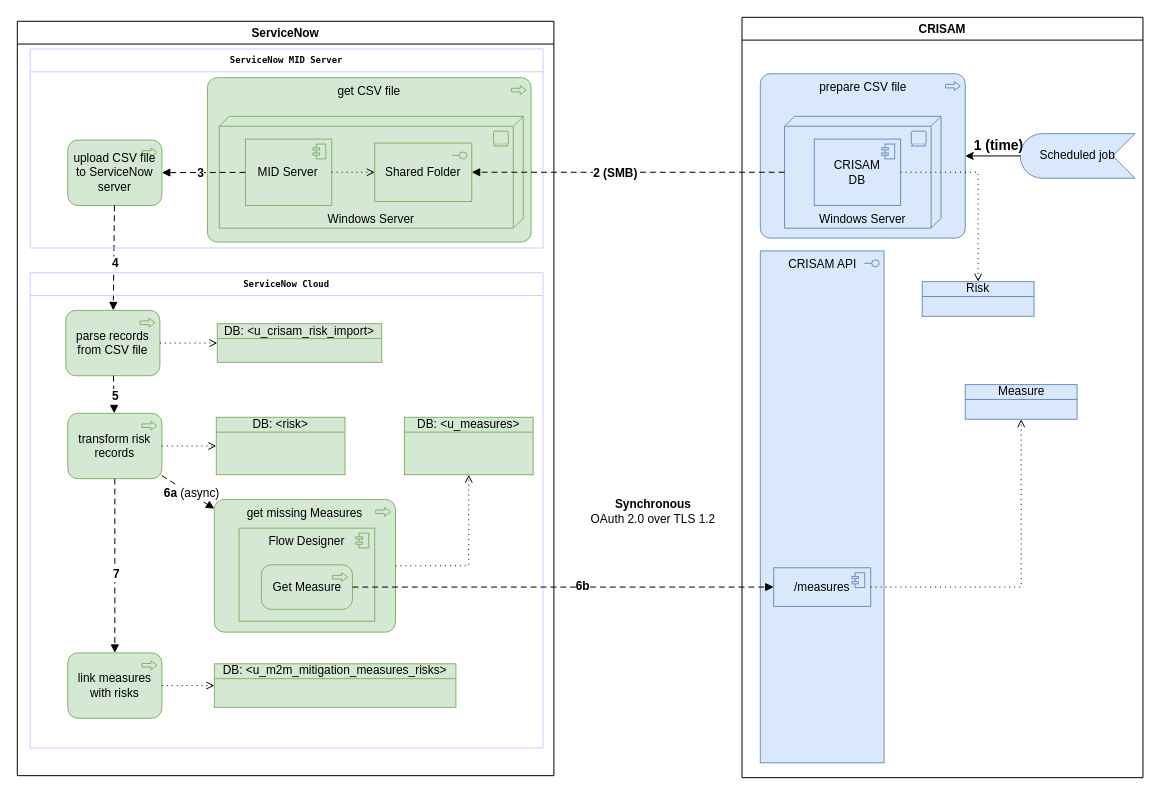
Before: page "Crisam2SnMid" (14 of 16) of AldiCrisam.drawio in algimas/tmp, a draw.io diagram. Source tidied: cells renumbered, new cells numbered last; positions are measured from the earlier drawing's top-left corner, leaving out a move shared by most shapes. Both pictures are drawn from the tidied source at 99%, with x=0, y=0 at pixel (17, 17).
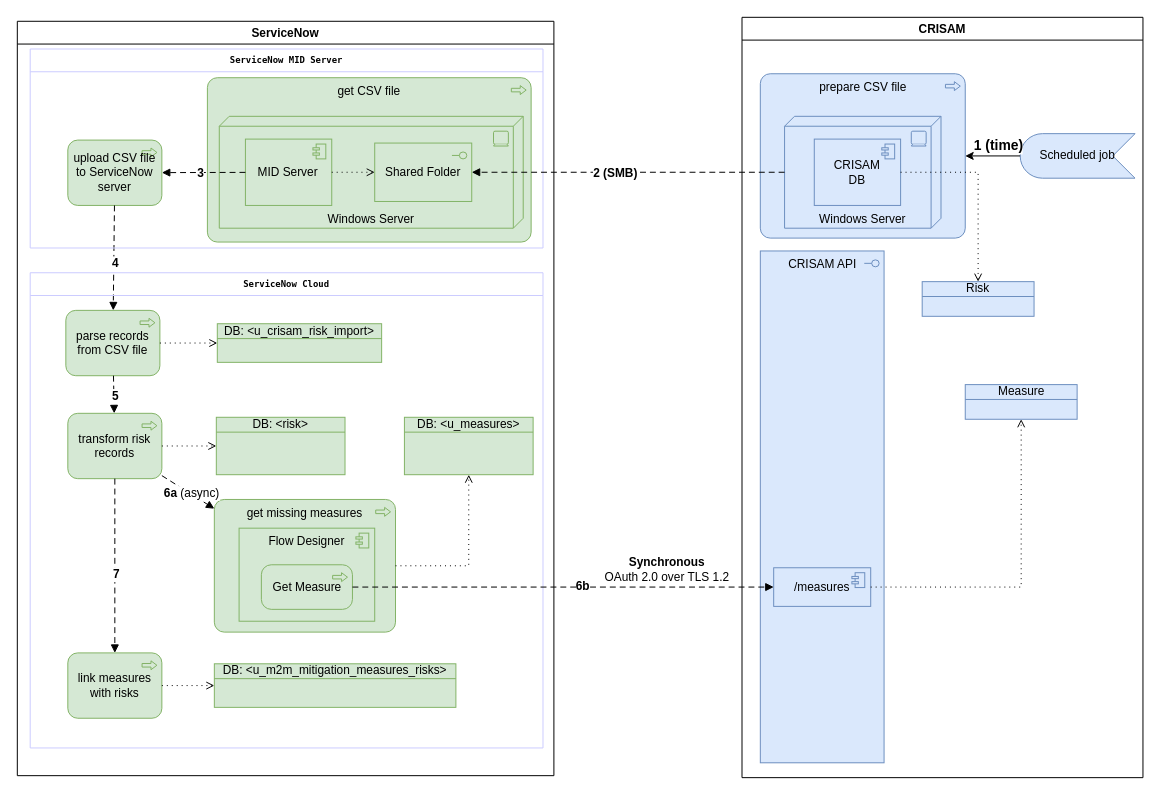
Above is the later version.

Unchanged cells that the change refers to:
```xml
<mxCell id="12" value="ServiceNow" style="swimlane;" parent="1" vertex="1">
  <mxGeometry y="4" width="542" height="762" as="geometry" />
</mxCell>
```

Change to the diagram source:
```diff
@@
-    <mxCell id="21" value="get missing Measures" style="html=1;outlineConnect=0;whiteSpace=wrap;fillColor=#d5e8d4;shape=mxgraph.archimate3.application;appType=proc;archiType=rounded;strokeColor=#82b366;verticalAlign=top;" parent="12" vertex="1">
+    <mxCell id="21" value="get missing measures" style="html=1;outlineConnect=0;whiteSpace=wrap;fillColor=#d5e8d4;shape=mxgraph.archimate3.application;appType=proc;archiType=rounded;strokeColor=#82b366;verticalAlign=top;" parent="12" vertex="1">
       <mxGeometry x="199" y="483" width="183" height="134" as="geometry" />
     </mxCell>
@@
     <mxCell id="45" value="&lt;div&gt;&lt;b&gt;Synchronous&lt;/b&gt;&lt;/div&gt;&lt;div&gt;OAuth 2.0 over TLS 1.2&lt;/div&gt;" style="text;html=1;align=center;verticalAlign=middle;strokeColor=none;fillColor=none;" parent="1" vertex="1">
-      <mxGeometry x="574" y="483" width="136" height="32" as="geometry" />
+      <mxGeometry x="588" y="542" width="136" height="32" as="geometry" />
     </mxCell>
```
